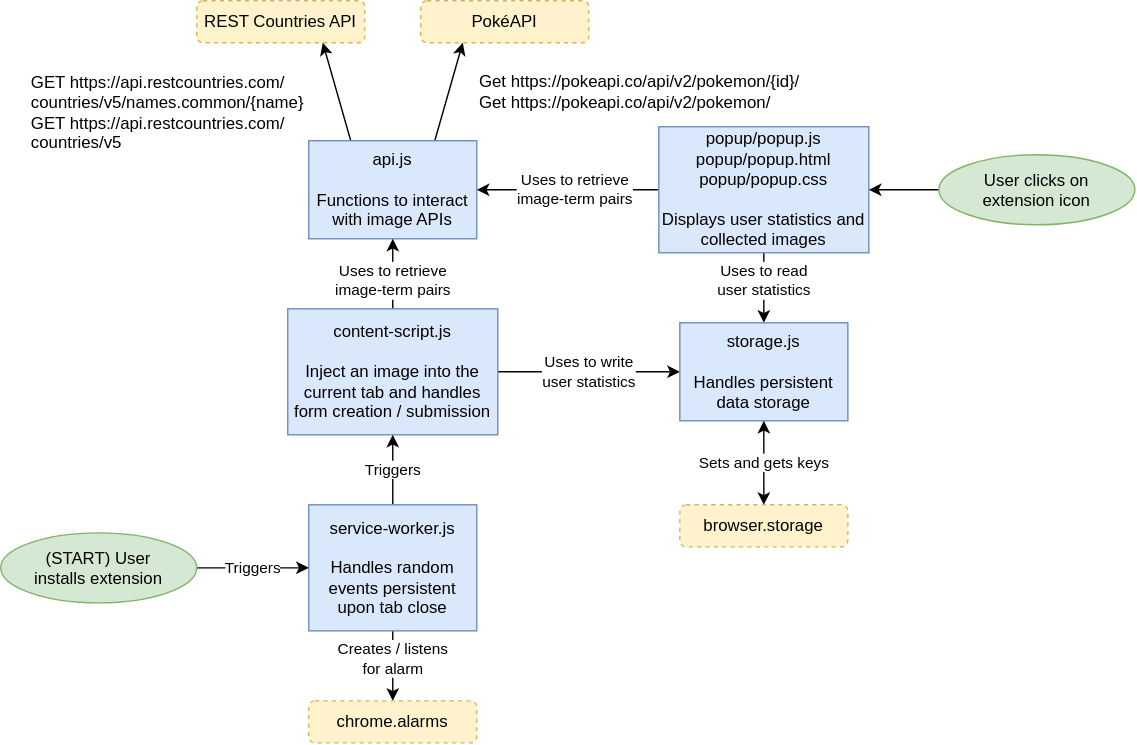
The draw.io diagram docs/system-diagram.drawio.svg in JamesLNY/memorize-em-all, before a commit. Source tidied: cells renumbered, new cells last; positions are measured from the earlier drawing's top-left corner, leaving out a move shared by most shapes.
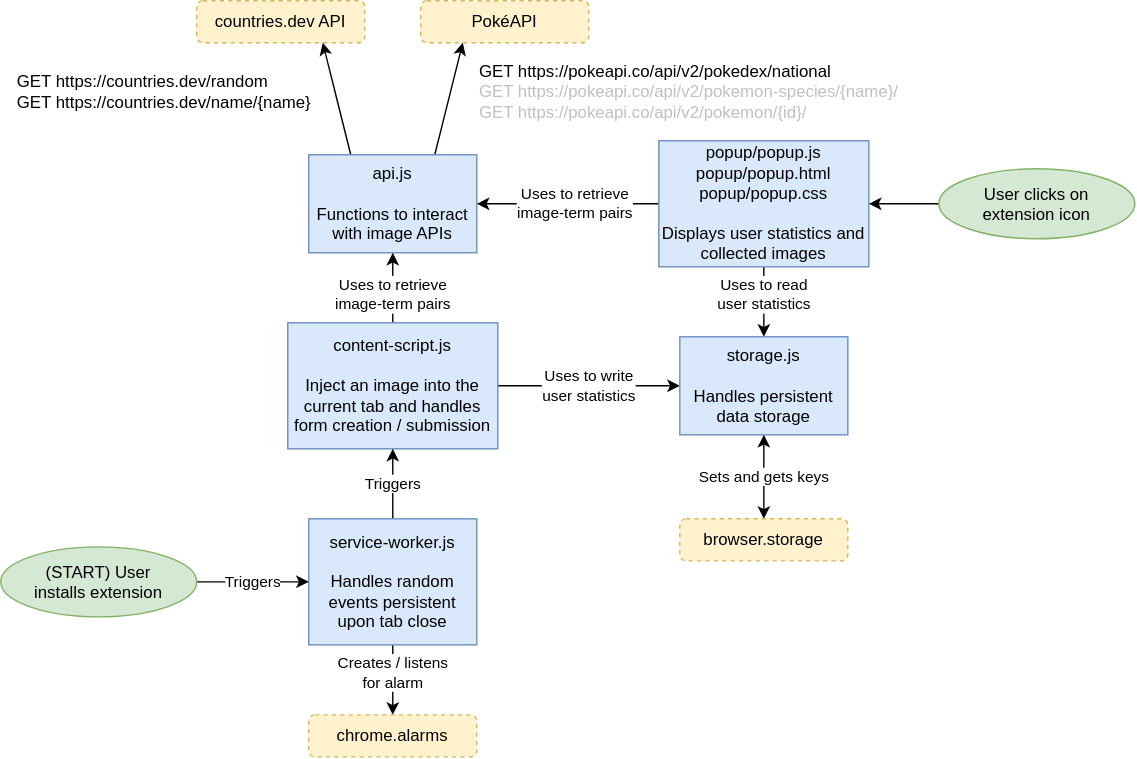
Above is the later version.

Change to the diagram source:
```diff
@@ -2,11 +2,11 @@
   <root>
     <mxCell id="0" />
     <mxCell id="1" parent="0" />
-    <mxCell id="2" value="REST Countries API" style="rounded=1;whiteSpace=wrap;html=1;fillColor=#fff2cc;strokeColor=#d6b656;dashed=1;" parent="1" vertex="1">
-      <mxGeometry x="140" width="120" height="30" as="geometry" />
+    <mxCell id="2" value="countries.dev API" style="rounded=1;whiteSpace=wrap;html=1;fillColor=#fff2cc;strokeColor=#d6b656;dashed=1;" parent="1" vertex="1">
+      <mxGeometry x="140" y="-10" width="120" height="30" as="geometry" />
     </mxCell>
     <mxCell id="3" value="PokéAPI" style="rounded=1;whiteSpace=wrap;html=1;fillColor=#fff2cc;strokeColor=#d6b656;dashed=1;" parent="1" vertex="1">
-      <mxGeometry x="300" width="120" height="30" as="geometry" />
+      <mxGeometry x="300" y="-10" width="120" height="30" as="geometry" />
     </mxCell>
     <mxCell id="4" style="edgeStyle=none;html=1;exitX=0.25;exitY=0;exitDx=0;exitDy=0;entryX=0.75;entryY=1;entryDx=0;entryDy=0;" parent="1" edge="1" source="6" target="2">
       <mxGeometry relative="1" as="geometry" />
@@ -17,11 +17,11 @@
     <mxCell id="6" value="api.js&lt;div&gt;&lt;br&gt;&lt;/div&gt;&lt;div&gt;Functions to interact with image APIs&lt;/div&gt;" style="whiteSpace=wrap;html=1;fillColor=#dae8fc;strokeColor=#6c8ebf;" parent="1" vertex="1">
       <mxGeometry x="220" y="100" width="120" height="70" as="geometry" />
     </mxCell>
-    <mxCell id="7" value="GET https://api.restcountries.com/&lt;div&gt;countries/v5/names.common/{name}&lt;/div&gt;&lt;div&gt;GET https://api.restcountries.com/&lt;/div&gt;&lt;div&gt;countries/v5&lt;/div&gt;" style="text;html=1;whiteSpace=wrap;strokeColor=none;fillColor=none;align=left;verticalAlign=middle;rounded=0;" parent="1" vertex="1">
-      <mxGeometry x="20" y="50" width="200" height="60" as="geometry" />
+    <mxCell id="7" value="GET https://countries.dev/random&lt;div&gt;GET https://countries.dev/name/{name}&lt;/div&gt;" style="text;html=1;whiteSpace=wrap;strokeColor=none;fillColor=none;align=left;verticalAlign=middle;rounded=0;" parent="1" vertex="1">
+      <mxGeometry x="10" y="40" width="220" height="30" as="geometry" />
     </mxCell>
-    <mxCell id="8" value="Get https://pokeapi.co/api/v2/pokemon/{id}/&lt;div&gt;Get https://pokeapi.co/api/v2/pokemon/&lt;/div&gt;" style="text;html=1;whiteSpace=wrap;strokeColor=none;fillColor=none;align=left;verticalAlign=middle;rounded=0;" parent="1" vertex="1">
-      <mxGeometry x="340" y="50" width="240" height="30" as="geometry" />
+    <mxCell id="8" value="GET https://pokeapi.co/api/v2/pokedex/national&lt;div&gt;&lt;span style=&quot;color: rgb(192, 192, 192); background-color: transparent;&quot;&gt;GET https://pokeapi.co/api/v2/pokemon-species/{name}/&lt;/span&gt;&lt;/div&gt;&lt;div&gt;&lt;span style=&quot;color: rgb(192, 192, 192); background-color: transparent;&quot;&gt;GET https://pokeapi.co/api/v2/pokemon/{id}/&lt;/span&gt;&lt;/div&gt;" style="text;html=1;whiteSpace=wrap;strokeColor=none;fillColor=none;align=left;verticalAlign=middle;rounded=0;" parent="1" vertex="1">
+      <mxGeometry x="340" y="30" width="310" height="50" as="geometry" />
     </mxCell>
     <mxCell id="9" value="Uses to retrieve&lt;div&gt;image-term pairs&lt;/div&gt;" style="edgeStyle=none;html=1;exitX=0;exitY=0.5;exitDx=0;exitDy=0;entryX=1;entryY=0.5;entryDx=0;entryDy=0;" parent="1" edge="1" source="11" target="6">
       <mxGeometry x="-0.08" relative="1" as="geometry" />
```
